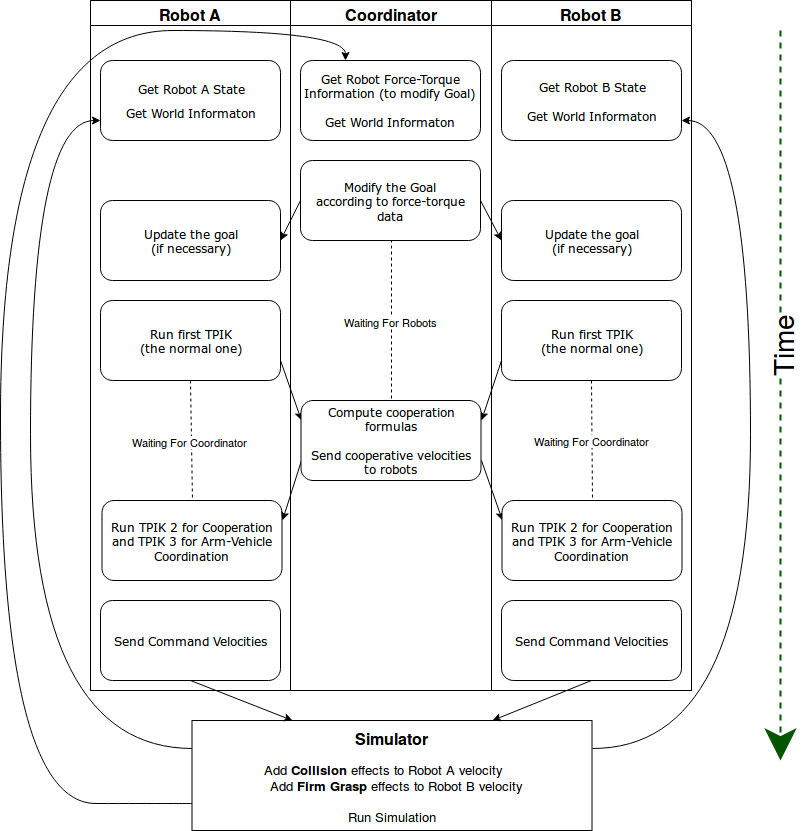
Before: images/flowScheme.png, a diagram exported from draw.io (torydebra/AUV-Coop-Assembly). Source tidied: cells renumbered, new cells last; positions are measured from the earlier drawing's top-left corner, leaving out a move shared by most shapes. Its diagram source:
```xml
<mxGraphModel background="#ffffff">
  <root>
    <mxCell id="0" />
    <mxCell id="1" parent="0" />
    <mxCell id="2" style="swimlane;html=1;startSize=0;rounded=0;shadow=0;labelBackgroundColor=none;strokeColor=#000000;strokeWidth=1;fillColor=#ffffff;fontFamily=Verdana;fontSize=8;fontColor=#000000;align=center;" parent="1" vertex="1">
      <mxGeometry x="90" width="601" height="690" as="geometry" />
    </mxCell>
    <mxCell id="3" value="&lt;font style=&quot;font-size: 16px&quot;&gt;Robot A&lt;/font&gt;" style="swimlane;html=1;startSize=25;" parent="2" vertex="1">
      <mxGeometry width="200" height="690" as="geometry" />
    </mxCell>
    <mxCell id="4" value="&lt;div style=&quot;font-size: 12px&quot;&gt;Get Robot A State&lt;/div&gt;&lt;div&gt;&lt;br&gt;&lt;/div&gt;&lt;div style=&quot;font-size: 12px&quot;&gt;Get World Informaton&lt;br&gt;&lt;/div&gt;" style="rounded=1;whiteSpace=wrap;html=1;shadow=0;labelBackgroundColor=none;strokeColor=#000000;strokeWidth=1;fillColor=#ffffff;fontFamily=Verdana;fontSize=8;fontColor=#000000;align=center;" parent="3" vertex="1">
      <mxGeometry x="10" y="60" width="180" height="80" as="geometry" />
    </mxCell>
    <mxCell id="5" value="&lt;div style=&quot;font-size: 12px&quot;&gt;&lt;font style=&quot;font-size: 12px&quot;&gt;Update the goal &lt;br&gt;&lt;/font&gt;&lt;/div&gt;&lt;div style=&quot;font-size: 12px&quot;&gt;&lt;font style=&quot;font-size: 12px&quot;&gt;(if necessary)&lt;/font&gt;&lt;/div&gt;" style="rounded=1;whiteSpace=wrap;html=1;shadow=0;labelBackgroundColor=none;strokeColor=#000000;strokeWidth=1;fillColor=#ffffff;fontFamily=Verdana;fontSize=8;fontColor=#000000;align=center;" parent="3" vertex="1">
      <mxGeometry x="10" y="200" width="180" height="80" as="geometry" />
    </mxCell>
    <mxCell id="6" style="edgeStyle=none;rounded=0;jettySize=auto;html=1;exitX=0.5;exitY=1;exitDx=0;exitDy=0;entryX=0.5;entryY=0;entryDx=0;entryDy=0;dashed=1;startSize=1;endArrow=none;endFill=0;endSize=8;strokeWidth=1;fontSize=28;fontColor=#000000;" parent="3" edge="1" source="8" target="9">
      <mxGeometry relative="1" as="geometry" />
    </mxCell>
    <mxCell id="7" value="&lt;font style=&quot;font-size: 11px&quot;&gt;Waiting For Coordinator&lt;/font&gt;" style="text;html=1;align=center;verticalAlign=middle;labelBackgroundColor=#ffffff;fontSize=10;fontColor=#000000;horizontal=1;labelPosition=center;verticalLabelPosition=middle;" parent="6" vertex="1">
      <mxGeometry x="0.2" y="-1" relative="1" as="geometry">
        <mxPoint y="-11.5" as="offset" />
      </mxGeometry>
    </mxCell>
    <mxCell id="8" value="&lt;div style=&quot;font-size: 12px&quot;&gt;Run first TPIK &lt;br&gt;&lt;/div&gt;&lt;div style=&quot;font-size: 12px&quot;&gt;(the normal one)&lt;br&gt;&lt;/div&gt;" style="rounded=1;whiteSpace=wrap;html=1;shadow=0;labelBackgroundColor=none;strokeColor=#000000;strokeWidth=1;fillColor=#ffffff;fontFamily=Verdana;fontSize=8;fontColor=#000000;align=center;" parent="3" vertex="1">
      <mxGeometry x="10" y="300" width="180" height="80" as="geometry" />
    </mxCell>
    <mxCell id="9" value="&lt;div style=&quot;font-size: 12px&quot;&gt;&lt;font style=&quot;font-size: 12px&quot;&gt;Run TPIK 2 for Cooperation &lt;br&gt;&lt;/font&gt;&lt;/div&gt;&lt;div style=&quot;font-size: 12px&quot;&gt;&lt;font style=&quot;font-size: 12px&quot;&gt;and TPIK 3 for Arm-Vehicle Coordination&lt;br&gt;&lt;/font&gt;&lt;/div&gt;" style="rounded=1;whiteSpace=wrap;html=1;shadow=0;labelBackgroundColor=none;strokeColor=#000000;strokeWidth=1;fillColor=#ffffff;fontFamily=Verdana;fontSize=8;fontColor=#000000;align=center;" parent="3" vertex="1">
      <mxGeometry x="11.5" y="500" width="180" height="80" as="geometry" />
    </mxCell>
    <mxCell id="10" value="&lt;div style=&quot;font-size: 12px&quot;&gt;Send Command Velocities&lt;br&gt;&lt;/div&gt;" style="rounded=1;whiteSpace=wrap;html=1;shadow=0;labelBackgroundColor=none;strokeColor=#000000;strokeWidth=1;fillColor=#ffffff;fontFamily=Verdana;fontSize=8;fontColor=#000000;align=center;" parent="3" vertex="1">
      <mxGeometry x="10" y="600" width="180" height="80" as="geometry" />
    </mxCell>
    <mxCell id="11" style="edgeStyle=none;rounded=0;jettySize=auto;html=1;exitX=0;exitY=0.5;exitDx=0;exitDy=0;entryX=1;entryY=0.5;entryDx=0;entryDy=0;fontColor=#000000;" parent="2" edge="1" source="22" target="5">
      <mxGeometry relative="1" as="geometry" />
    </mxCell>
    <mxCell id="12" style="edgeStyle=none;rounded=0;jettySize=auto;html=1;exitX=1;exitY=0.5;exitDx=0;exitDy=0;entryX=0;entryY=0.5;entryDx=0;entryDy=0;fontColor=#000000;" parent="2" edge="1" source="22" target="27">
      <mxGeometry relative="1" as="geometry" />
    </mxCell>
    <mxCell id="13" style="edgeStyle=none;rounded=0;jettySize=auto;html=1;exitX=0;exitY=0.75;exitDx=0;exitDy=0;entryX=1;entryY=0.25;entryDx=0;entryDy=0;fontColor=#000000;" parent="2" edge="1" source="19" target="9">
      <mxGeometry relative="1" as="geometry" />
    </mxCell>
    <mxCell id="14" style="edgeStyle=none;rounded=0;jettySize=auto;html=1;exitX=1;exitY=0.75;exitDx=0;exitDy=0;entryX=0;entryY=0.25;entryDx=0;entryDy=0;fontColor=#000000;" parent="2" edge="1" source="19" target="25">
      <mxGeometry relative="1" as="geometry" />
    </mxCell>
    <mxCell id="15" style="edgeStyle=none;rounded=0;jettySize=auto;html=1;exitX=1;exitY=0.75;exitDx=0;exitDy=0;entryX=0;entryY=0.25;entryDx=0;entryDy=0;fontColor=#000000;" parent="2" edge="1" source="8" target="19">
      <mxGeometry relative="1" as="geometry" />
    </mxCell>
    <mxCell id="16" style="edgeStyle=none;rounded=0;jettySize=auto;html=1;exitX=0;exitY=0.75;exitDx=0;exitDy=0;entryX=1;entryY=0.25;entryDx=0;entryDy=0;fontColor=#000000;" parent="2" edge="1" source="30" target="19">
      <mxGeometry relative="1" as="geometry" />
    </mxCell>
    <mxCell id="17" value="&lt;font style=&quot;font-size: 16px&quot;&gt;Coordinator&lt;/font&gt;" style="swimlane;html=1;startSize=25;" parent="2" vertex="1">
      <mxGeometry x="200" width="201" height="690" as="geometry" />
    </mxCell>
    <mxCell id="18" value="&lt;div style=&quot;font-size: 12px&quot;&gt;&lt;font style=&quot;font-size: 12px&quot;&gt;Get Robot Force-Torque Information (to modify Goal)&lt;br&gt;&lt;/font&gt;&lt;/div&gt;&lt;div style=&quot;font-size: 12px&quot;&gt;&lt;font style=&quot;font-size: 12px&quot;&gt;&lt;br&gt;&lt;/font&gt;&lt;/div&gt;&lt;div style=&quot;font-size: 12px&quot;&gt;&lt;font style=&quot;font-size: 12px&quot;&gt;Get World Informaton&lt;br&gt;&lt;/font&gt;&lt;/div&gt;" style="rounded=1;whiteSpace=wrap;html=1;shadow=0;labelBackgroundColor=none;strokeColor=#000000;strokeWidth=1;fillColor=#ffffff;fontFamily=Verdana;fontSize=8;fontColor=#000000;align=center;" parent="17" vertex="1">
      <mxGeometry x="10" y="60" width="180" height="80" as="geometry" />
    </mxCell>
    <mxCell id="19" value="&lt;div style=&quot;font-size: 12px&quot;&gt;&lt;div&gt;Compute cooperation formulas&lt;/div&gt;&lt;div&gt;&lt;br&gt;&lt;/div&gt;&lt;div&gt;Send cooperative velocities &lt;br&gt;&lt;/div&gt;&lt;div&gt;to robots&lt;br&gt;&lt;/div&gt;&lt;/div&gt;" style="rounded=1;whiteSpace=wrap;html=1;shadow=0;labelBackgroundColor=none;strokeColor=#000000;strokeWidth=1;fillColor=#ffffff;fontFamily=Verdana;fontSize=8;fontColor=#000000;align=center;" parent="17" vertex="1">
      <mxGeometry x="10.5" y="400" width="180" height="80" as="geometry" />
    </mxCell>
    <mxCell id="20" style="edgeStyle=orthogonalEdgeStyle;rounded=0;jettySize=auto;html=1;exitX=0.5;exitY=1;exitDx=0;exitDy=0;entryX=0.5;entryY=0;entryDx=0;entryDy=0;endArrow=none;endFill=0;dashed=1;" parent="17" edge="1" source="22" target="19">
      <mxGeometry relative="1" as="geometry">
        <Array as="points">
          <mxPoint x="101" y="240" />
        </Array>
      </mxGeometry>
    </mxCell>
    <mxCell id="21" value="&lt;font style=&quot;font-size: 11px&quot;&gt;Waiting For Robots&lt;/font&gt;" style="text;html=1;align=center;verticalAlign=middle;labelBackgroundColor=#ffffff;" parent="20" vertex="1">
      <mxGeometry x="-0.18" relative="1" as="geometry">
        <mxPoint x="-0.5" y="15" as="offset" />
      </mxGeometry>
    </mxCell>
    <mxCell id="22" value="&lt;div style=&quot;font-size: 10px&quot;&gt;&lt;font style=&quot;font-size: 12px&quot;&gt;Modify the Goal &lt;br&gt;&lt;/font&gt;&lt;/div&gt;&lt;div style=&quot;font-size: 10px&quot;&gt;&lt;font style=&quot;font-size: 12px&quot;&gt;according to force-torque data&lt;/font&gt;&lt;br&gt;&lt;/div&gt;" style="rounded=1;whiteSpace=wrap;html=1;shadow=0;labelBackgroundColor=none;strokeColor=#000000;strokeWidth=1;fillColor=#ffffff;fontFamily=Verdana;fontSize=8;fontColor=#000000;align=center;" parent="17" vertex="1">
      <mxGeometry x="10" y="160" width="180" height="80" as="geometry" />
    </mxCell>
    <mxCell id="23" value="&lt;font style=&quot;font-size: 16px&quot;&gt;Robot B&lt;/font&gt;" style="swimlane;html=1;startSize=25;" parent="2" vertex="1">
      <mxGeometry x="401" width="200" height="690" as="geometry" />
    </mxCell>
    <mxCell id="24" value="&lt;div style=&quot;font-size: 12px&quot;&gt;&lt;font style=&quot;font-size: 12px&quot;&gt;Get Robot B State&lt;/font&gt;&lt;/div&gt;&lt;div style=&quot;font-size: 12px&quot;&gt;&lt;font style=&quot;font-size: 12px&quot;&gt;&lt;br&gt;&lt;/font&gt;&lt;/div&gt;&lt;div style=&quot;font-size: 12px&quot;&gt;&lt;font style=&quot;font-size: 12px&quot;&gt;Get World Informaton&lt;br&gt;&lt;/font&gt;&lt;/div&gt;" style="rounded=1;whiteSpace=wrap;html=1;shadow=0;labelBackgroundColor=none;strokeColor=#000000;strokeWidth=1;fillColor=#ffffff;fontFamily=Verdana;fontSize=8;fontColor=#000000;align=center;" parent="23" vertex="1">
      <mxGeometry x="10" y="60" width="180" height="80" as="geometry" />
    </mxCell>
    <mxCell id="25" value="&lt;div style=&quot;font-size: 12px&quot;&gt;&lt;font style=&quot;font-size: 12px&quot;&gt;Run TPIK 2 for Cooperation &lt;br&gt;&lt;/font&gt;&lt;/div&gt;&lt;div style=&quot;font-size: 12px&quot;&gt;&lt;font style=&quot;font-size: 12px&quot;&gt;and TPIK 3 for Arm-Vehicle Coordination&lt;/font&gt;&lt;br&gt;&lt;/div&gt;" style="rounded=1;whiteSpace=wrap;html=1;shadow=0;labelBackgroundColor=none;strokeColor=#000000;strokeWidth=1;fillColor=#ffffff;fontFamily=Verdana;fontSize=8;fontColor=#000000;align=center;" parent="23" vertex="1">
      <mxGeometry x="10.5" y="500" width="180" height="80" as="geometry" />
    </mxCell>
    <mxCell id="26" value="&lt;div style=&quot;font-size: 12px&quot;&gt;Send Command Velocities&lt;br&gt;&lt;/div&gt;" style="rounded=1;whiteSpace=wrap;html=1;shadow=0;labelBackgroundColor=none;strokeColor=#000000;strokeWidth=1;fillColor=#ffffff;fontFamily=Verdana;fontSize=8;fontColor=#000000;align=center;" parent="23" vertex="1">
      <mxGeometry x="10" y="600" width="180" height="80" as="geometry" />
    </mxCell>
    <mxCell id="27" value="&lt;div style=&quot;font-size: 12px&quot;&gt;&lt;font style=&quot;font-size: 12px&quot;&gt;Update the goal &lt;br&gt;&lt;/font&gt;&lt;/div&gt;&lt;div style=&quot;font-size: 12px&quot;&gt;&lt;font style=&quot;font-size: 12px&quot;&gt;(if necessary)&lt;/font&gt;&lt;/div&gt;" style="rounded=1;whiteSpace=wrap;html=1;shadow=0;labelBackgroundColor=none;strokeColor=#000000;strokeWidth=1;fillColor=#ffffff;fontFamily=Verdana;fontSize=8;fontColor=#000000;align=center;" parent="23" vertex="1">
      <mxGeometry x="10" y="200" width="180" height="80" as="geometry" />
    </mxCell>
    <mxCell id="28" style="edgeStyle=none;rounded=0;jettySize=auto;html=1;exitX=0.5;exitY=1;exitDx=0;exitDy=0;entryX=0.5;entryY=0;entryDx=0;entryDy=0;dashed=1;startSize=1;endArrow=none;endFill=0;endSize=8;strokeWidth=1;fontSize=10;fontColor=#000000;" parent="23" edge="1" source="30" target="25">
      <mxGeometry relative="1" as="geometry" />
    </mxCell>
    <mxCell id="29" value="&lt;div style=&quot;font-size: 11px&quot;&gt;&lt;font style=&quot;font-size: 11px&quot;&gt;Waiting For Coordinator&lt;/font&gt;&lt;/div&gt;" style="text;html=1;align=center;verticalAlign=middle;labelBackgroundColor=#ffffff;fontSize=10;fontColor=#000000;" parent="28" vertex="1">
      <mxGeometry x="0.18" relative="1" as="geometry">
        <mxPoint x="0.5" y="-10.5" as="offset" />
      </mxGeometry>
    </mxCell>
    <mxCell id="30" value="&lt;div style=&quot;font-size: 12px&quot;&gt;Run first TPIK &lt;br&gt;&lt;/div&gt;&lt;div style=&quot;font-size: 12px&quot;&gt;(the normal one)&lt;br&gt;&lt;/div&gt;" style="rounded=1;whiteSpace=wrap;html=1;shadow=0;labelBackgroundColor=none;strokeColor=#000000;strokeWidth=1;fillColor=#ffffff;fontFamily=Verdana;fontSize=8;fontColor=#000000;align=center;" parent="23" vertex="1">
      <mxGeometry x="10" y="300" width="180" height="80" as="geometry" />
    </mxCell>
    <mxCell id="31" style="edgeStyle=orthogonalEdgeStyle;rounded=0;jettySize=auto;html=1;exitX=0;exitY=0.25;exitDx=0;exitDy=0;entryX=0;entryY=0.75;entryDx=0;entryDy=0;fontColor=#000000;curved=1;" parent="1" edge="1" source="34" target="4">
      <mxGeometry relative="1" as="geometry">
        <Array as="points">
          <mxPoint x="30" y="748" />
          <mxPoint x="30" y="120" />
        </Array>
      </mxGeometry>
    </mxCell>
    <mxCell id="32" style="edgeStyle=orthogonalEdgeStyle;curved=1;rounded=0;jettySize=auto;html=1;exitX=1;exitY=0.25;exitDx=0;exitDy=0;entryX=1;entryY=0.75;entryDx=0;entryDy=0;fontColor=#000000;" parent="1" edge="1" source="34" target="24">
      <mxGeometry relative="1" as="geometry">
        <Array as="points">
          <mxPoint x="750" y="748" />
          <mxPoint x="750" y="120" />
        </Array>
      </mxGeometry>
    </mxCell>
    <mxCell id="33" style="edgeStyle=orthogonalEdgeStyle;curved=1;rounded=0;jettySize=auto;html=1;exitX=0;exitY=0.75;exitDx=0;exitDy=0;entryX=0.25;entryY=0;entryDx=0;entryDy=0;" parent="1" edge="1" source="34" target="18">
      <mxGeometry relative="1" as="geometry">
        <Array as="points">
          <mxPoint x="191" y="803" />
          <mxPoint y="803" />
          <mxPoint y="30" />
          <mxPoint x="346" y="30" />
        </Array>
      </mxGeometry>
    </mxCell>
    <mxCell id="34" value="&lt;div style=&quot;font-size: 16px&quot; align=&quot;center&quot;&gt;&lt;font style=&quot;font-size: 16px&quot;&gt;&lt;b&gt;Simulator&lt;/b&gt;&lt;br&gt;&lt;/font&gt;&lt;/div&gt;&lt;div align=&quot;center&quot;&gt;&lt;br&gt;&lt;/div&gt;&lt;div style=&quot;font-size: 13px&quot; align=&quot;center&quot;&gt;&lt;font style=&quot;font-size: 13px&quot;&gt;Add &lt;b&gt;Collision&lt;/b&gt; effects to Robot A velocity&lt;/font&gt;&lt;font style=&quot;font-size: 13px&quot;&gt;&amp;nbsp;&amp;nbsp;&amp;nbsp;&amp;nbsp; &lt;br&gt;&lt;/font&gt;&lt;/div&gt;&lt;div style=&quot;font-size: 13px&quot; align=&quot;center&quot;&gt;&lt;font style=&quot;font-size: 13px&quot;&gt;&amp;nbsp; &lt;font style=&quot;font-size: 13px&quot;&gt;Add &lt;b&gt;Firm Grasp&lt;/b&gt; effects to Robot B velocity&lt;/font&gt;&lt;/font&gt;&lt;/div&gt;&lt;div style=&quot;font-size: 13px&quot; align=&quot;center&quot;&gt;&lt;font style=&quot;font-size: 13px&quot;&gt;&lt;br&gt;&lt;/font&gt;&lt;/div&gt;&lt;div align=&quot;center&quot;&gt;&lt;font style=&quot;font-size: 13px&quot;&gt;Run Simulation&lt;/font&gt;&lt;/div&gt;" style="rounded=0;whiteSpace=wrap;html=1;verticalAlign=middle;horizontal=1;textDirection=ltr;labelBorderColor=none;labelBackgroundColor=none;align=center;" parent="1" vertex="1">
      <mxGeometry x="191.5" y="720" width="400" height="110" as="geometry" />
    </mxCell>
    <mxCell id="35" style="edgeStyle=none;rounded=0;jettySize=auto;html=1;exitX=0.5;exitY=1;exitDx=0;exitDy=0;entryX=0.25;entryY=0;entryDx=0;entryDy=0;fontColor=#000000;" parent="1" edge="1" source="10" target="34">
      <mxGeometry relative="1" as="geometry" />
    </mxCell>
    <mxCell id="36" style="edgeStyle=none;rounded=0;jettySize=auto;html=1;exitX=0.5;exitY=1;exitDx=0;exitDy=0;entryX=0.75;entryY=0;entryDx=0;entryDy=0;fontColor=#000000;" parent="1" edge="1" source="26" target="34">
      <mxGeometry relative="1" as="geometry" />
    </mxCell>
    <mxCell id="37" style="endArrow=classic;html=1;fontColor=#000000;endFill=1;strokeWidth=2;startSize=7;endSize=26;fillColor=#008a00;strokeColor=#005700;dashed=1;" parent="1" edge="1">
      <mxGeometry relative="1" as="geometry">
        <mxPoint x="780" y="30" as="sourcePoint" />
        <mxPoint x="780" y="760" as="targetPoint" />
      </mxGeometry>
    </mxCell>
    <mxCell id="38" value="Time" style="text;html=1;align=center;verticalAlign=middle;labelBackgroundColor=#ffffff;fontColor=#000000;horizontal=0;fontSize=28;" parent="37" vertex="1">
      <mxGeometry x="-0.14" relative="1" as="geometry" />
    </mxCell>
  </root>
</mxGraphModel>
```
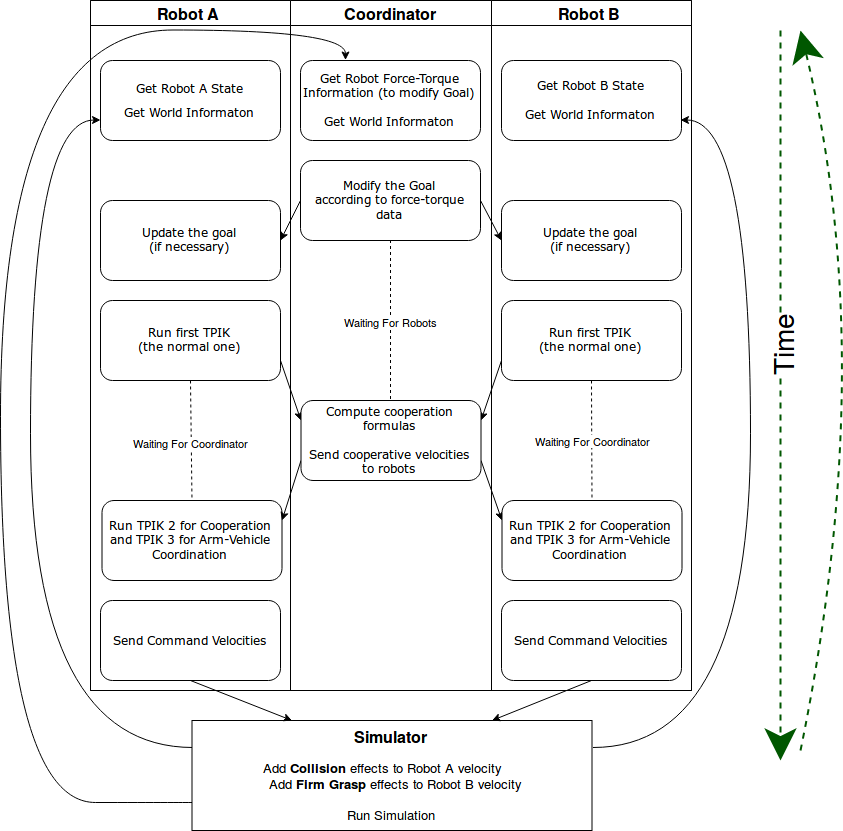
Above is the later version.

What changed in the source:
```diff
@@ -143,5 +143,14 @@
     <mxCell id="38" value="Time" style="text;html=1;align=center;verticalAlign=middle;labelBackgroundColor=#ffffff;fontColor=#000000;horizontal=0;fontSize=28;" parent="37" vertex="1">
       <mxGeometry x="-0.14" relative="1" as="geometry" />
     </mxCell>
+    <mxCell id="39" style="endArrow=classic;html=1;fontColor=#000000;endFill=1;strokeWidth=2;startSize=7;endSize=26;fillColor=#008a00;strokeColor=#005700;dashed=1;curved=1;" parent="1" edge="1">
+      <mxGeometry relative="1" as="geometry">
+        <mxPoint x="800" y="750" as="sourcePoint" />
+        <mxPoint x="800" y="30" as="targetPoint" />
+        <Array as="points">
+          <mxPoint x="880" y="360" />
+        </Array>
+      </mxGeometry>
+    </mxCell>
   </root>
 </mxGraphModel>
```
